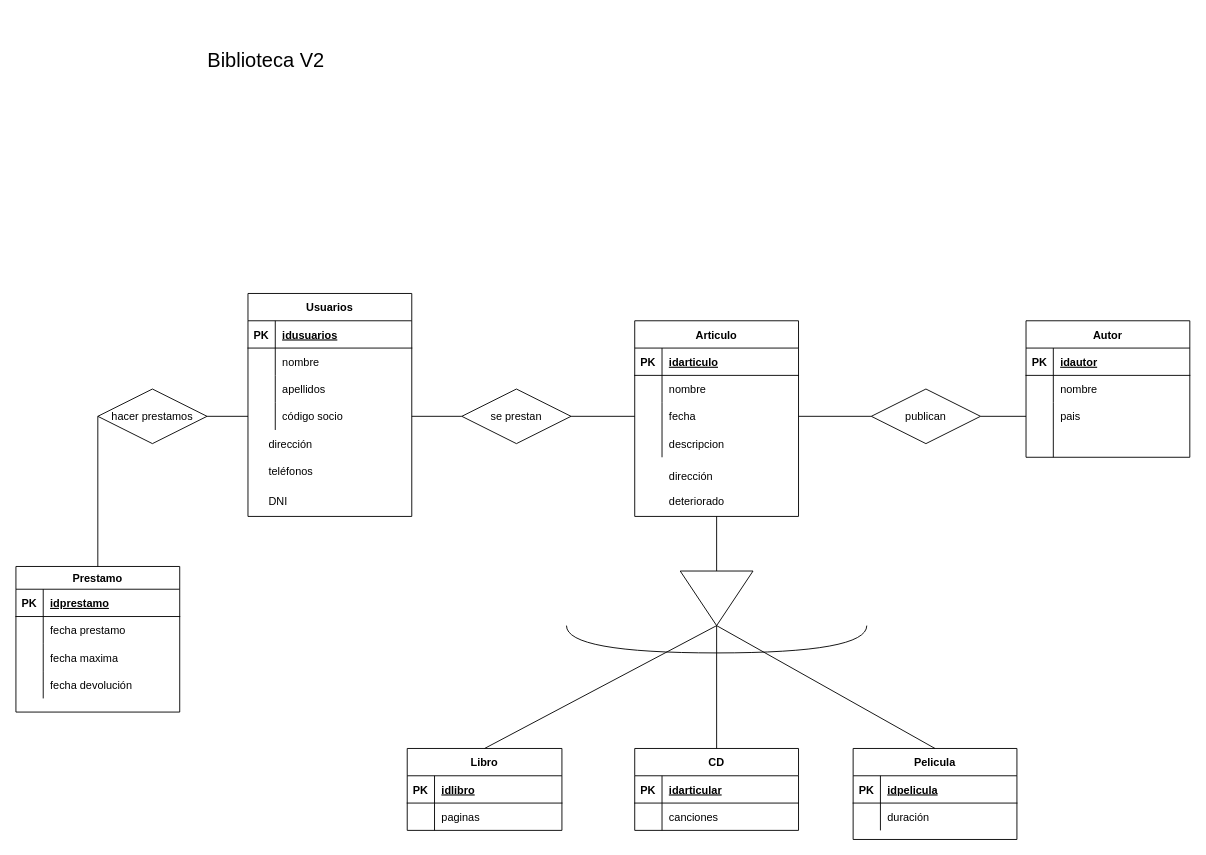
IzanDuesoLopez/TA12-Diagramas-ER keeps this draw.io diagram as page "Biblioteca v2" (5 of 18) of Ejercicio3.drawio.xml. Above is the earlier version. Source tidied: cells renumbered, new cells numbered last; positions are measured from the earlier drawing's top-left corner, leaving out a move shared by most shapes. Both pictures are drawn from the tidied source at 91%, with x=0, y=0 at pixel (15, 15).
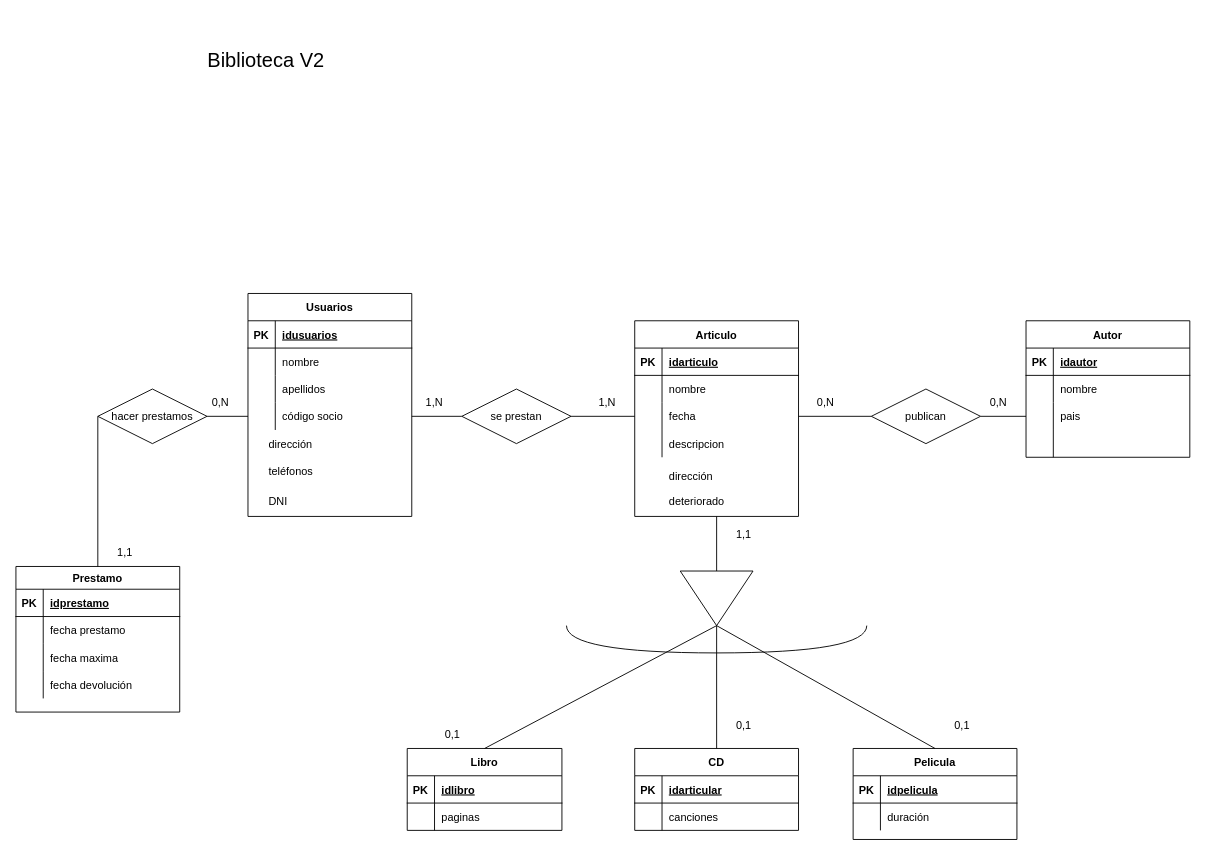
The same page after the edit.

Diff of the diagram source:
```diff
@@
+    <mxCell id="104" value="0,N" style="text;html=1;strokeColor=none;fillColor=none;align=center;verticalAlign=middle;whiteSpace=wrap;rounded=0;" parent="1" vertex="1">
+      <mxGeometry x="195" y="410" width="60" height="30" as="geometry" />
+    </mxCell>
@@
+    <mxCell id="105" value="1,1" style="text;html=1;strokeColor=none;fillColor=none;align=center;verticalAlign=middle;whiteSpace=wrap;rounded=0;" parent="1" vertex="1">
+      <mxGeometry x="90" y="575" width="60" height="30" as="geometry" />
+    </mxCell>
@@
+    <mxCell id="106" value="1,N" style="text;html=1;strokeColor=none;fillColor=none;align=center;verticalAlign=middle;whiteSpace=wrap;rounded=0;" parent="1" vertex="1">
+      <mxGeometry x="430" y="410" width="60" height="30" as="geometry" />
+    </mxCell>
@@
+    <mxCell id="107" value="1,N" style="text;html=1;strokeColor=none;fillColor=none;align=center;verticalAlign=middle;whiteSpace=wrap;rounded=0;" parent="1" vertex="1">
+      <mxGeometry x="620" y="410" width="60" height="30" as="geometry" />
+    </mxCell>
@@
+    <mxCell id="108" value="0,N" style="text;html=1;strokeColor=none;fillColor=none;align=center;verticalAlign=middle;whiteSpace=wrap;rounded=0;" parent="1" vertex="1">
+      <mxGeometry x="860" y="410" width="60" height="30" as="geometry" />
+    </mxCell>
@@
+    <mxCell id="109" value="0,N" style="text;html=1;strokeColor=none;fillColor=none;align=center;verticalAlign=middle;whiteSpace=wrap;rounded=0;" parent="1" vertex="1">
+      <mxGeometry x="1050" y="410" width="60" height="30" as="geometry" />
+    </mxCell>
@@
+    <mxCell id="110" value="0,1" style="text;html=1;strokeColor=none;fillColor=none;align=center;verticalAlign=middle;whiteSpace=wrap;rounded=0;" parent="1" vertex="1">
+      <mxGeometry x="1010" y="765" width="60" height="30" as="geometry" />
+    </mxCell>
+    <mxCell id="111" value="0,1" style="text;html=1;strokeColor=none;fillColor=none;align=center;verticalAlign=middle;whiteSpace=wrap;rounded=0;" parent="1" vertex="1">
+      <mxGeometry x="770" y="765" width="60" height="30" as="geometry" />
+    </mxCell>
+    <mxCell id="112" value="0,1" style="text;html=1;strokeColor=none;fillColor=none;align=center;verticalAlign=middle;whiteSpace=wrap;rounded=0;" parent="1" vertex="1">
+      <mxGeometry x="450" y="775" width="60" height="30" as="geometry" />
+    </mxCell>
+    <mxCell id="113" value="1,1" style="text;html=1;strokeColor=none;fillColor=none;align=center;verticalAlign=middle;whiteSpace=wrap;rounded=0;" parent="1" vertex="1">
+      <mxGeometry x="770" y="555" width="60" height="30" as="geometry" />
+    </mxCell>
```
